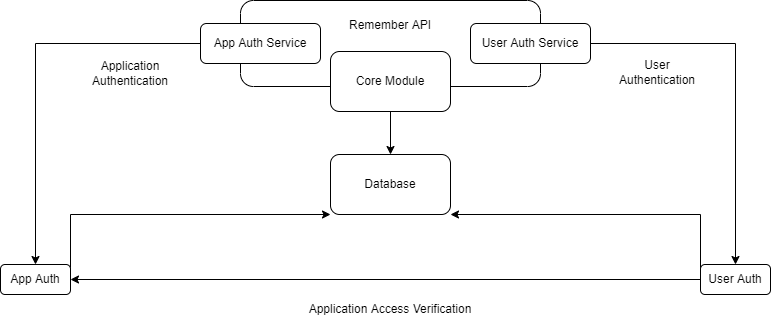
Earlier version of the draw.io export docs/Backend_connections.drawio.png (TMarekAgh/remember). Source tidied: cells renumbered, new cells last; positions are measured from the earlier drawing's top-left corner, leaving out a move shared by most shapes. The source it was exported from:
```xml
<mxGraphModel>
  <root>
    <mxCell id="0" />
    <mxCell id="1" parent="0" />
    <mxCell id="2" style="edgeStyle=orthogonalEdgeStyle;rounded=0;jettySize=auto;html=1;exitX=1;exitY=0.25;exitDx=0;exitDy=0;entryX=0;entryY=1;entryDx=0;entryDy=0;" parent="1" edge="1" source="3" target="11">
      <mxGeometry relative="1" as="geometry">
        <Array as="points">
          <mxPoint x="70" y="214" />
        </Array>
      </mxGeometry>
    </mxCell>
    <mxCell id="3" style="rounded=1;whiteSpace=wrap;html=1;" parent="1" vertex="1">
      <mxGeometry y="264" width="70" height="30" as="geometry" />
    </mxCell>
    <mxCell id="4" value="App Auth" style="text;html=1;strokeColor=none;fillColor=none;align=center;verticalAlign=middle;whiteSpace=wrap;rounded=0;" parent="1" vertex="1">
      <mxGeometry x="5" y="264" width="60" height="30" as="geometry" />
    </mxCell>
    <mxCell id="5" style="edgeStyle=orthogonalEdgeStyle;rounded=0;jettySize=auto;html=1;exitX=0;exitY=0.5;exitDx=0;exitDy=0;entryX=1;entryY=0.5;entryDx=0;entryDy=0;" parent="1" edge="1" source="7" target="3">
      <mxGeometry relative="1" as="geometry" />
    </mxCell>
    <mxCell id="6" style="edgeStyle=orthogonalEdgeStyle;rounded=0;jettySize=auto;html=1;exitX=0;exitY=0.25;exitDx=0;exitDy=0;entryX=1;entryY=1;entryDx=0;entryDy=0;" parent="1" edge="1" source="7" target="11">
      <mxGeometry relative="1" as="geometry">
        <Array as="points">
          <mxPoint x="700" y="214" />
        </Array>
      </mxGeometry>
    </mxCell>
    <mxCell id="7" style="rounded=1;whiteSpace=wrap;html=1;" parent="1" vertex="1">
      <mxGeometry x="700" y="264" width="70" height="30" as="geometry" />
    </mxCell>
    <mxCell id="8" value="User Auth" style="text;html=1;strokeColor=none;fillColor=none;align=center;verticalAlign=middle;whiteSpace=wrap;rounded=0;" parent="1" vertex="1">
      <mxGeometry x="705" y="264" width="60" height="30" as="geometry" />
    </mxCell>
    <mxCell id="9" style="rounded=1;whiteSpace=wrap;html=1;" parent="1" vertex="1">
      <mxGeometry x="240" width="300" height="86" as="geometry" />
    </mxCell>
    <mxCell id="10" value="Remember API" style="text;html=1;strokeColor=none;fillColor=none;align=center;verticalAlign=middle;whiteSpace=wrap;rounded=0;" parent="1" vertex="1">
      <mxGeometry x="345" y="10" width="90" height="30" as="geometry" />
    </mxCell>
    <mxCell id="11" value="Database" style="rounded=1;whiteSpace=wrap;html=1;" parent="1" vertex="1">
      <mxGeometry x="330" y="154" width="120" height="60" as="geometry" />
    </mxCell>
    <mxCell id="12" style="edgeStyle=orthogonalEdgeStyle;rounded=0;jettySize=auto;html=1;exitX=1;exitY=0.5;exitDx=0;exitDy=0;entryX=0.5;entryY=0;entryDx=0;entryDy=0;" parent="1" edge="1" source="13" target="8">
      <mxGeometry relative="1" as="geometry" />
    </mxCell>
    <mxCell id="13" value="User Auth Service" style="rounded=1;whiteSpace=wrap;html=1;" parent="1" vertex="1">
      <mxGeometry x="470" y="23" width="120" height="40" as="geometry" />
    </mxCell>
    <mxCell id="14" style="edgeStyle=orthogonalEdgeStyle;rounded=0;jettySize=auto;html=1;exitX=0;exitY=0.5;exitDx=0;exitDy=0;entryX=0.5;entryY=0;entryDx=0;entryDy=0;" parent="1" edge="1" source="15" target="4">
      <mxGeometry relative="1" as="geometry" />
    </mxCell>
    <mxCell id="15" value="App Auth Service" style="rounded=1;whiteSpace=wrap;html=1;" parent="1" vertex="1">
      <mxGeometry x="200" y="23" width="120" height="40" as="geometry" />
    </mxCell>
    <mxCell id="16" style="edgeStyle=orthogonalEdgeStyle;rounded=0;jettySize=auto;html=1;exitX=0.5;exitY=1;exitDx=0;exitDy=0;entryX=0.5;entryY=0;entryDx=0;entryDy=0;" parent="1" edge="1" source="17" target="11">
      <mxGeometry relative="1" as="geometry" />
    </mxCell>
    <mxCell id="17" value="Core Module" style="rounded=1;whiteSpace=wrap;html=1;" parent="1" vertex="1">
      <mxGeometry x="330" y="51" width="120" height="60" as="geometry" />
    </mxCell>
    <mxCell id="18" value="Application Authentication" style="text;html=1;strokeColor=none;fillColor=none;align=center;verticalAlign=middle;whiteSpace=wrap;rounded=0;" parent="1" vertex="1">
      <mxGeometry x="100" y="57.5" width="60" height="30" as="geometry" />
    </mxCell>
    <mxCell id="19" value="User Authentication" style="text;html=1;strokeColor=none;fillColor=none;align=center;verticalAlign=middle;whiteSpace=wrap;rounded=0;" parent="1" vertex="1">
      <mxGeometry x="627" y="56.5" width="60" height="30" as="geometry" />
    </mxCell>
    <mxCell id="20" value="Application Access Verification" style="text;html=1;strokeColor=none;fillColor=none;align=center;verticalAlign=middle;whiteSpace=wrap;rounded=0;" parent="1" vertex="1">
      <mxGeometry x="300" y="294" width="180" height="30" as="geometry" />
    </mxCell>
  </root>
</mxGraphModel>
```
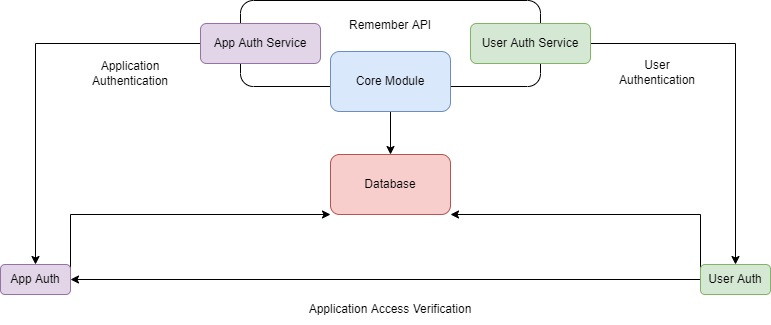
The same file after the commit.

What changed in the source:
```diff
@@ -9,10 +9,10 @@
         </Array>
       </mxGeometry>
     </mxCell>
-    <mxCell id="3" style="rounded=1;whiteSpace=wrap;html=1;" parent="1" vertex="1">
+    <mxCell id="3" style="rounded=1;whiteSpace=wrap;html=1;fillColor=#e1d5e7;strokeColor=#9673a6;" parent="1" vertex="1">
       <mxGeometry y="264" width="70" height="30" as="geometry" />
     </mxCell>
-    <mxCell id="4" value="App Auth" style="text;html=1;strokeColor=none;fillColor=none;align=center;verticalAlign=middle;whiteSpace=wrap;rounded=0;" parent="1" vertex="1">
+    <mxCell id="4" value="App Auth" style="text;html=1;align=center;verticalAlign=middle;whiteSpace=wrap;rounded=0;" parent="1" vertex="1">
       <mxGeometry x="5" y="264" width="60" height="30" as="geometry" />
     </mxCell>
     <mxCell id="5" style="edgeStyle=orthogonalEdgeStyle;rounded=0;jettySize=auto;html=1;exitX=0;exitY=0.5;exitDx=0;exitDy=0;entryX=1;entryY=0.5;entryDx=0;entryDy=0;" parent="1" edge="1" source="7" target="3">
@@ -25,10 +25,10 @@
         </Array>
       </mxGeometry>
     </mxCell>
-    <mxCell id="7" style="rounded=1;whiteSpace=wrap;html=1;" parent="1" vertex="1">
+    <mxCell id="7" style="rounded=1;whiteSpace=wrap;html=1;fillColor=#d5e8d4;strokeColor=#82b366;" parent="1" vertex="1">
       <mxGeometry x="700" y="264" width="70" height="30" as="geometry" />
     </mxCell>
-    <mxCell id="8" value="User Auth" style="text;html=1;strokeColor=none;fillColor=none;align=center;verticalAlign=middle;whiteSpace=wrap;rounded=0;" parent="1" vertex="1">
+    <mxCell id="8" value="User Auth" style="text;html=1;align=center;verticalAlign=middle;whiteSpace=wrap;rounded=0;" parent="1" vertex="1">
       <mxGeometry x="705" y="264" width="60" height="30" as="geometry" />
     </mxCell>
     <mxCell id="9" style="rounded=1;whiteSpace=wrap;html=1;" parent="1" vertex="1">
@@ -37,25 +37,25 @@
     <mxCell id="10" value="Remember API" style="text;html=1;strokeColor=none;fillColor=none;align=center;verticalAlign=middle;whiteSpace=wrap;rounded=0;" parent="1" vertex="1">
       <mxGeometry x="345" y="10" width="90" height="30" as="geometry" />
     </mxCell>
-    <mxCell id="11" value="Database" style="rounded=1;whiteSpace=wrap;html=1;" parent="1" vertex="1">
+    <mxCell id="11" value="Database" style="rounded=1;whiteSpace=wrap;html=1;fillColor=#f8cecc;strokeColor=#b85450;" parent="1" vertex="1">
       <mxGeometry x="330" y="154" width="120" height="60" as="geometry" />
     </mxCell>
     <mxCell id="12" style="edgeStyle=orthogonalEdgeStyle;rounded=0;jettySize=auto;html=1;exitX=1;exitY=0.5;exitDx=0;exitDy=0;entryX=0.5;entryY=0;entryDx=0;entryDy=0;" parent="1" edge="1" source="13" target="8">
       <mxGeometry relative="1" as="geometry" />
     </mxCell>
-    <mxCell id="13" value="User Auth Service" style="rounded=1;whiteSpace=wrap;html=1;" parent="1" vertex="1">
+    <mxCell id="13" value="User Auth Service" style="rounded=1;whiteSpace=wrap;html=1;fillColor=#d5e8d4;strokeColor=#82b366;" parent="1" vertex="1">
       <mxGeometry x="470" y="23" width="120" height="40" as="geometry" />
     </mxCell>
     <mxCell id="14" style="edgeStyle=orthogonalEdgeStyle;rounded=0;jettySize=auto;html=1;exitX=0;exitY=0.5;exitDx=0;exitDy=0;entryX=0.5;entryY=0;entryDx=0;entryDy=0;" parent="1" edge="1" source="15" target="4">
       <mxGeometry relative="1" as="geometry" />
     </mxCell>
-    <mxCell id="15" value="App Auth Service" style="rounded=1;whiteSpace=wrap;html=1;" parent="1" vertex="1">
+    <mxCell id="15" value="App Auth Service" style="rounded=1;whiteSpace=wrap;html=1;fillColor=#e1d5e7;strokeColor=#9673a6;" parent="1" vertex="1">
       <mxGeometry x="200" y="23" width="120" height="40" as="geometry" />
     </mxCell>
     <mxCell id="16" style="edgeStyle=orthogonalEdgeStyle;rounded=0;jettySize=auto;html=1;exitX=0.5;exitY=1;exitDx=0;exitDy=0;entryX=0.5;entryY=0;entryDx=0;entryDy=0;" parent="1" edge="1" source="17" target="11">
       <mxGeometry relative="1" as="geometry" />
     </mxCell>
-    <mxCell id="17" value="Core Module" style="rounded=1;whiteSpace=wrap;html=1;" parent="1" vertex="1">
+    <mxCell id="17" value="Core Module" style="rounded=1;whiteSpace=wrap;html=1;fillColor=#dae8fc;strokeColor=#6c8ebf;" parent="1" vertex="1">
       <mxGeometry x="330" y="51" width="120" height="60" as="geometry" />
     </mxCell>
     <mxCell id="18" value="Application Authentication" style="text;html=1;strokeColor=none;fillColor=none;align=center;verticalAlign=middle;whiteSpace=wrap;rounded=0;" parent="1" vertex="1">
```
